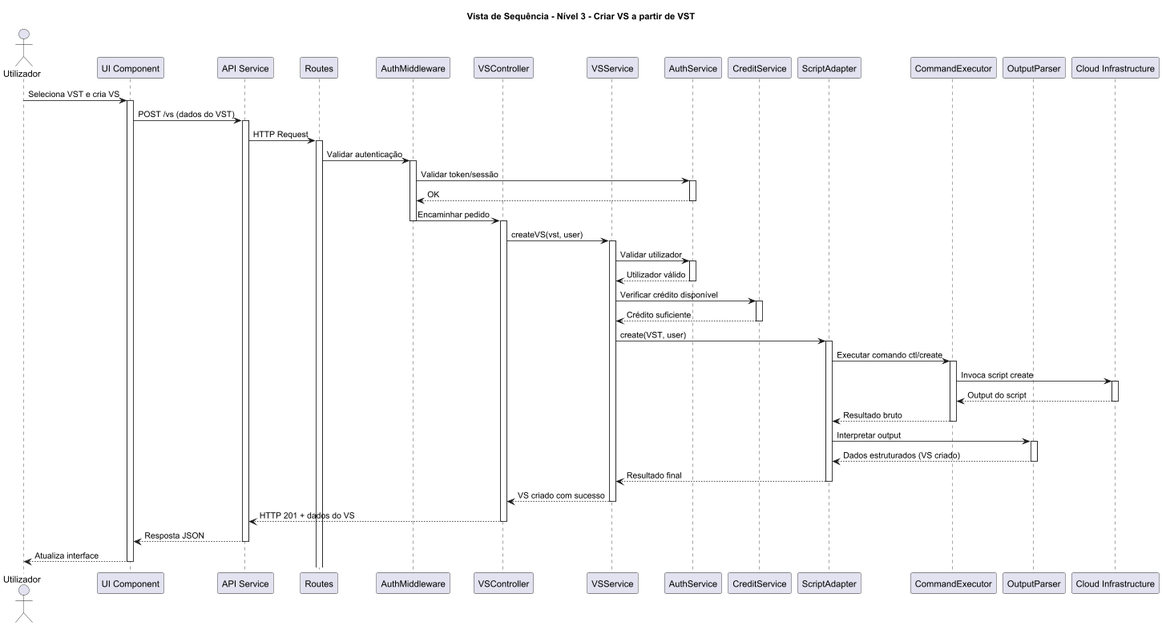
Above: docs/VISTAS/SEQUÊNCIA/VS3.png in tiagosoa/LEI-PROJ-FRONTEND (PlantUML), before the change. Source of this version:
```plantuml
@startuml
title Vista de Sequência - Nível 3 - Criar VS a partir de VST

actor Utilizador

participant "UI Component" as UI
participant "API Service" as APIService
participant "Routes" as Routes
participant "AuthMiddleware" as Middleware
participant "VSController" as Controller
participant "VSService" as Service
participant "AuthService" as AuthService
participant "CreditService" as CreditService
participant "ScriptAdapter" as Adapter
participant "CommandExecutor" as Executor
participant "OutputParser" as Parser
participant "Cloud Infrastructure" as Cloud

Utilizador -> UI : Seleciona VST e cria VS
activate UI

UI -> APIService : POST /vs (dados do VST)
activate APIService

APIService -> Routes : HTTP Request
activate Routes

Routes -> Middleware : Validar autenticação
activate Middleware

Middleware -> AuthService : Validar token/sessão
activate AuthService
AuthService --> Middleware : OK
deactivate AuthService

Middleware -> Controller : Encaminhar pedido
deactivate Middleware

activate Controller
Controller -> Service : createVS(vst, user)
activate Service

Service -> AuthService : Validar utilizador
activate AuthService
AuthService --> Service : Utilizador válido
deactivate AuthService

Service -> CreditService : Verificar crédito disponível
activate CreditService
CreditService --> Service : Crédito suficiente
deactivate CreditService

Service -> Adapter : create(VST, user)
activate Adapter

Adapter -> Executor : Executar comando ctl/create
activate Executor

Executor -> Cloud : Invoca script create
activate Cloud
Cloud --> Executor : Output do script
deactivate Cloud

Executor --> Adapter : Resultado bruto
deactivate Executor

Adapter -> Parser : Interpretar output
activate Parser
Parser --> Adapter : Dados estruturados (VS criado)
deactivate Parser

Adapter --> Service : Resultado final
deactivate Adapter

Service --> Controller : VS criado com sucesso
deactivate Service

Controller --> APIService : HTTP 201 + dados do VS
deactivate Controller

APIService --> UI : Resposta JSON
deactivate APIService

UI --> Utilizador : Atualiza interface
deactivate UI

@enduml
```
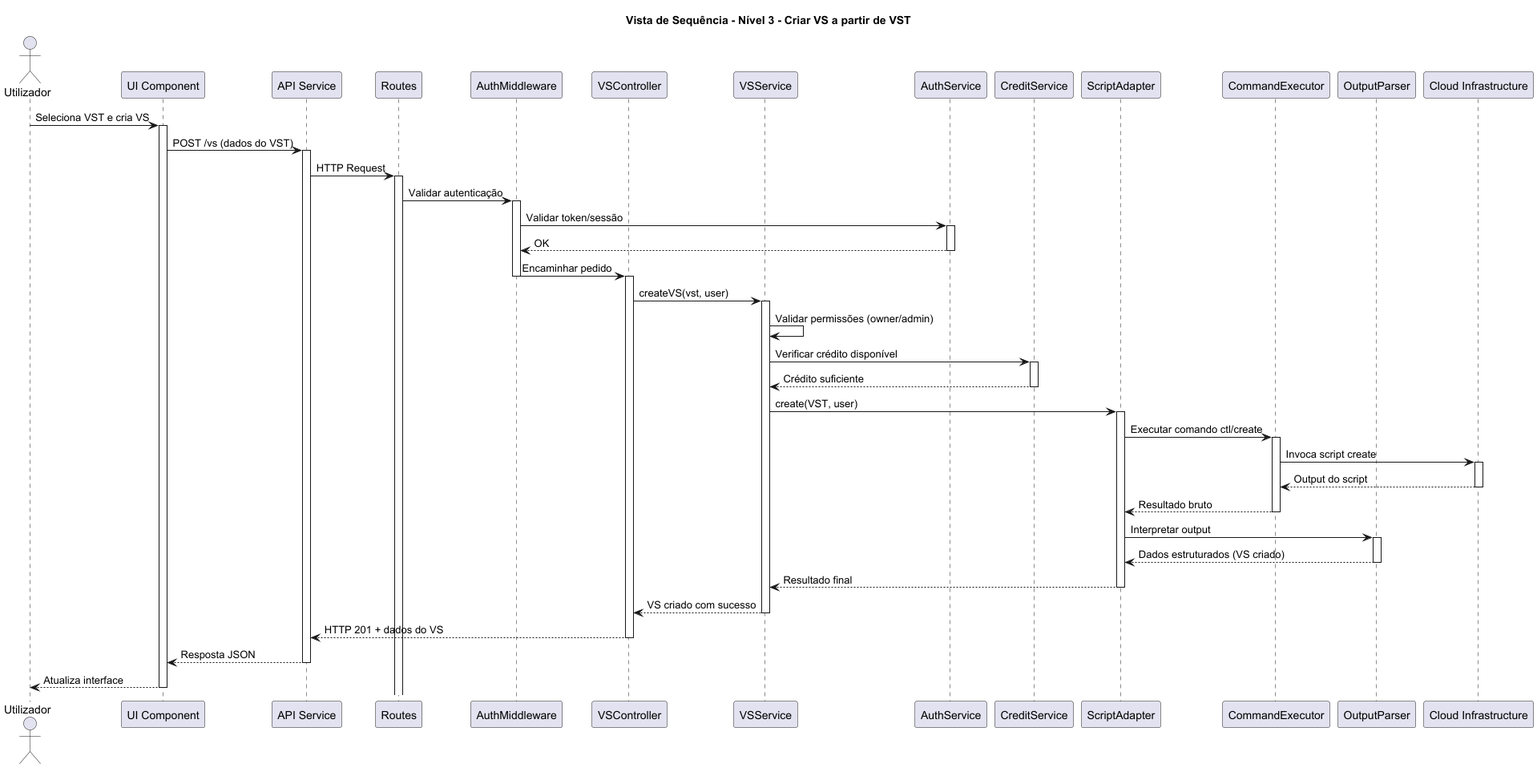
After the change.

The edit, as a diff of the source:
```diff
@@ -40,10 +40,7 @@
 Controller -> Service : createVS(vst, user)
 activate Service
 
-Service -> AuthService : Validar utilizador
-activate AuthService
-AuthService --> Service : Utilizador válido
-deactivate AuthService
+Service -> Service : Validar permissões (owner/admin)
 
 Service -> CreditService : Verificar crédito disponível
 activate CreditService
```
